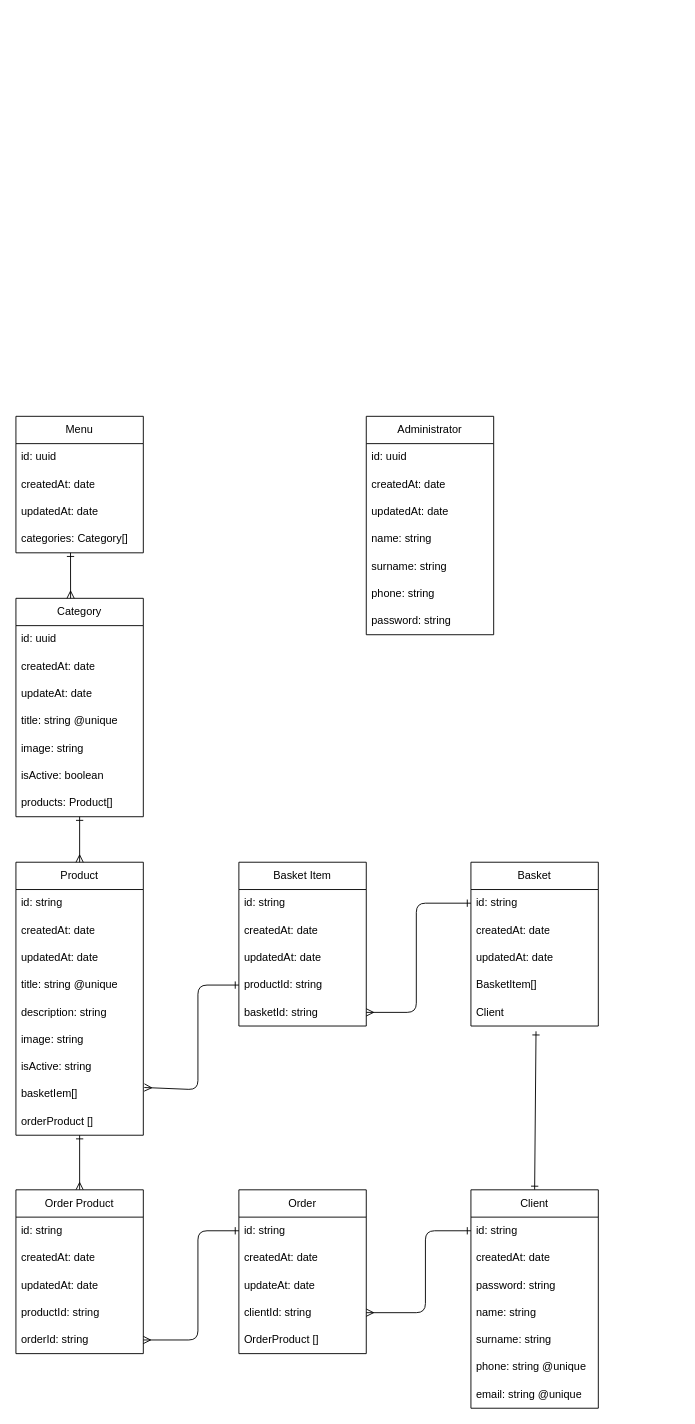
Earlier version of the draw.io diagram documentation/coffee-shop-models.drawio (murodjon001/Coffe-Shop). Source tidied: cells renumbered, new cells numbered last; positions are measured from the earlier drawing's top-left corner, leaving out a move shared by most shapes. Both pictures are drawn from the tidied source at 91%, with x=0, y=0 at pixel (15, 416).
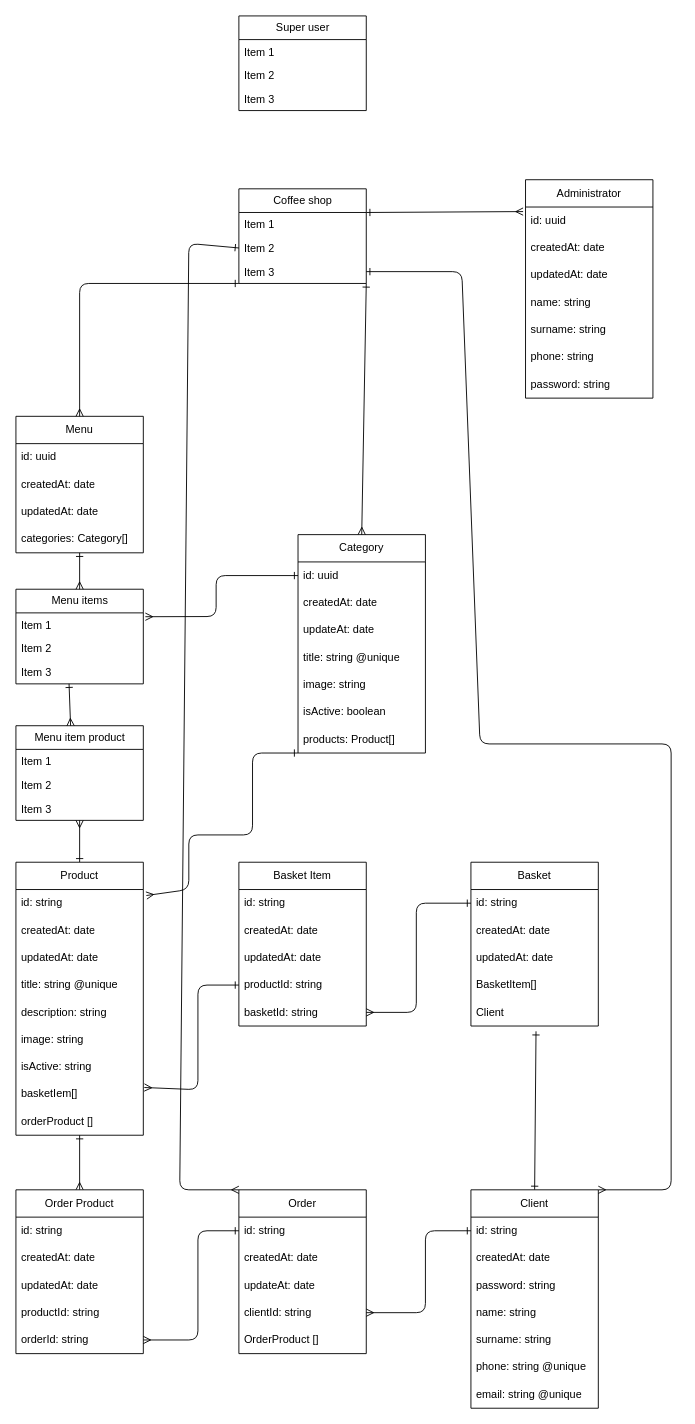
The same diagram, later.

The change refers to these unchanged cells:
```xml
<mxCell id="3" value="id: uuid" style="text;strokeColor=none;fillColor=none;align=left;verticalAlign=middle;spacingLeft=4;spacingRight=4;overflow=hidden;points=[[0,0.5],[1,0.5]];portConstraint=eastwest;whiteSpace=wrap;html=1;" parent="2" vertex="1">
  <mxGeometry y="30" width="140" height="30" as="geometry" />
</mxCell>
<mxCell id="10" value="Menu" style="swimlane;fontStyle=0;horizontal=1;startSize=30;whiteSpace=wrap;html=1;" parent="1" vertex="1">
  <mxGeometry width="140" height="150" as="geometry" />
</mxCell>
<mxCell id="15" value="Product" style="swimlane;fontStyle=0;horizontal=1;startSize=30;whiteSpace=wrap;html=1;" parent="1" vertex="1">
  <mxGeometry y="490" width="140" height="300" as="geometry" />
</mxCell>
<mxCell id="16" value="id: string" style="text;strokeColor=none;fillColor=none;align=left;verticalAlign=middle;spacingLeft=4;spacingRight=4;overflow=hidden;points=[[0,0.5],[1,0.5]];portConstraint=eastwest;whiteSpace=wrap;html=1;" parent="15" vertex="1">
  <mxGeometry y="30" width="140" height="30" as="geometry" />
</mxCell>
<mxCell id="26" value="id: uuid" style="text;strokeColor=none;fillColor=none;align=left;verticalAlign=middle;spacingLeft=4;spacingRight=4;overflow=hidden;points=[[0,0.5],[1,0.5]];portConstraint=eastwest;whiteSpace=wrap;html=1;" parent="25" vertex="1">
  <mxGeometry y="30" width="140" height="30" as="geometry" />
</mxCell>
<mxCell id="53" value="Client" style="swimlane;fontStyle=0;horizontal=1;startSize=30;whiteSpace=wrap;html=1;" parent="1" vertex="1">
  <mxGeometry x="500" y="850" width="140" height="240" as="geometry" />
</mxCell>
<mxCell id="61" value="Order" style="swimlane;fontStyle=0;horizontal=1;startSize=30;whiteSpace=wrap;html=1;" parent="1" vertex="1">
  <mxGeometry x="245" y="850" width="140" height="180" as="geometry" />
</mxCell>
```

Change to the diagram source:
```diff
@@
     <mxCell id="2" value="Administrator" style="swimlane;fontStyle=0;horizontal=1;startSize=30;whiteSpace=wrap;html=1;" parent="1" vertex="1">
-      <mxGeometry x="385" width="140" height="240" as="geometry" />
+      <mxGeometry x="560" y="-260" width="140" height="240" as="geometry" />
     </mxCell>
@@
+    <mxCell id="73" style="edgeStyle=none;html=1;exitX=0.5;exitY=1;exitDx=0;exitDy=0;entryX=0.5;entryY=0;entryDx=0;entryDy=0;startArrow=ERone;startFill=0;endArrow=ERmany;endFill=0;" parent="1" edge="1" source="10" target="88">
+      <mxGeometry relative="1" as="geometry" />
+    </mxCell>
@@
+    <mxCell id="74" style="edgeStyle=none;html=1;exitX=0.5;exitY=0;exitDx=0;exitDy=0;entryX=0.5;entryY=1;entryDx=0;entryDy=0;startArrow=ERone;startFill=0;endArrow=ERmany;endFill=0;" parent="1" edge="1" source="15" target="93">
+      <mxGeometry relative="1" as="geometry" />
+    </mxCell>
@@
+    <mxCell id="75" style="edgeStyle=none;html=1;exitX=0;exitY=1;exitDx=0;exitDy=0;entryX=1.024;entryY=0.219;entryDx=0;entryDy=0;entryPerimeter=0;startArrow=ERone;startFill=0;endArrow=ERmany;endFill=0;" parent="1" edge="1" source="25" target="16">
+      <mxGeometry relative="1" as="geometry">
+        <Array as="points">
+          <mxPoint x="260" y="370" />
+          <mxPoint x="260" y="460" />
+          <mxPoint x="190" y="460" />
+          <mxPoint x="190" y="520" />
+        </Array>
+      </mxGeometry>
+    </mxCell>
     <mxCell id="25" value="Category" style="swimlane;fontStyle=0;horizontal=1;startSize=30;whiteSpace=wrap;html=1;" parent="1" vertex="1">
-      <mxGeometry y="200" width="140" height="240" as="geometry" />
+      <mxGeometry x="310" y="130" width="140" height="240" as="geometry" />
     </mxCell>
@@
-    <mxCell id="67" style="endArrow=ERone;html=1;startArrow=ERmany;startFill=0;exitX=0.429;exitY=0;exitDx=0;exitDy=0;exitPerimeter=0;endFill=0;" parent="1" edge="1" source="25">
-      <mxGeometry relative="1" as="geometry">
-        <mxPoint x="60" y="150" as="targetPoint" />
-      </mxGeometry>
-    </mxCell>
-    <mxCell id="68" style="endArrow=ERone;html=1;startArrow=ERmany;startFill=0;exitX=0.5;exitY=0;exitDx=0;exitDy=0;endFill=0;" parent="1" edge="1" source="15">
-      <mxGeometry relative="1" as="geometry">
-        <mxPoint x="70" y="440" as="targetPoint" />
-      </mxGeometry>
-    </mxCell>
@@
+    <mxCell id="76" style="edgeStyle=none;html=1;exitX=1;exitY=0.25;exitDx=0;exitDy=0;entryX=-0.019;entryY=0.167;entryDx=0;entryDy=0;entryPerimeter=0;endArrow=ERmany;endFill=0;startArrow=ERone;startFill=0;" parent="1" edge="1" source="79" target="3">
+      <mxGeometry relative="1" as="geometry" />
+    </mxCell>
+    <mxCell id="77" style="edgeStyle=none;html=1;exitX=0;exitY=1;exitDx=0;exitDy=0;entryX=0.5;entryY=0;entryDx=0;entryDy=0;startArrow=ERone;startFill=0;endArrow=ERmany;endFill=0;" parent="1" edge="1" source="79" target="10">
+      <mxGeometry relative="1" as="geometry">
+        <Array as="points">
+          <mxPoint x="70" y="-146" />
+        </Array>
+      </mxGeometry>
+    </mxCell>
+    <mxCell id="78" style="edgeStyle=none;html=1;exitX=1;exitY=1;exitDx=0;exitDy=0;startArrow=ERone;startFill=0;endArrow=ERmany;endFill=0;entryX=0.5;entryY=0;entryDx=0;entryDy=0;" parent="1" edge="1" source="79" target="25">
+      <mxGeometry relative="1" as="geometry" />
+    </mxCell>
+    <mxCell id="79" value="Coffee shop" style="swimlane;fontStyle=0;horizontal=1;startSize=26;fillColor=none;html=1;" parent="1" vertex="1">
+      <mxGeometry x="245" y="-250" width="140" height="104" as="geometry" />
+    </mxCell>
+    <mxCell id="80" value="Item 1" style="text;strokeColor=none;fillColor=none;align=left;verticalAlign=top;spacingLeft=4;spacingRight=4;overflow=hidden;whiteSpace=wrap;html=1;" parent="79" vertex="1">
+      <mxGeometry y="26" width="140" height="26" as="geometry" />
+    </mxCell>
+    <mxCell id="81" value="Item 2" style="text;strokeColor=none;fillColor=none;align=left;verticalAlign=top;spacingLeft=4;spacingRight=4;overflow=hidden;points=[[0,0.5],[1,0.5]];portConstraint=eastwest;whiteSpace=wrap;html=1;" parent="79" vertex="1">
+      <mxGeometry y="52" width="140" height="26" as="geometry" />
+    </mxCell>
+    <mxCell id="82" value="Item 3" style="text;strokeColor=none;fillColor=none;align=left;verticalAlign=top;spacingLeft=4;spacingRight=4;overflow=hidden;points=[[0,0.5],[1,0.5]];portConstraint=eastwest;whiteSpace=wrap;html=1;" parent="79" vertex="1">
+      <mxGeometry y="78" width="140" height="26" as="geometry" />
+    </mxCell>
+    <mxCell id="83" value="Super user" style="swimlane;fontStyle=0;horizontal=1;startSize=26;fillColor=none;html=1;" parent="1" vertex="1">
+      <mxGeometry x="245" y="-440" width="140" height="104" as="geometry" />
+    </mxCell>
+    <mxCell id="84" value="Item 1" style="text;strokeColor=none;fillColor=none;align=left;verticalAlign=top;spacingLeft=4;spacingRight=4;overflow=hidden;whiteSpace=wrap;html=1;" parent="83" vertex="1">
+      <mxGeometry y="26" width="140" height="26" as="geometry" />
+    </mxCell>
+    <mxCell id="85" value="Item 2" style="text;strokeColor=none;fillColor=none;align=left;verticalAlign=top;spacingLeft=4;spacingRight=4;overflow=hidden;whiteSpace=wrap;html=1;" parent="83" vertex="1">
+      <mxGeometry y="52" width="140" height="26" as="geometry" />
+    </mxCell>
+    <mxCell id="86" value="Item 3" style="text;strokeColor=none;fillColor=none;align=left;verticalAlign=top;spacingLeft=4;spacingRight=4;overflow=hidden;whiteSpace=wrap;html=1;" parent="83" vertex="1">
+      <mxGeometry y="78" width="140" height="26" as="geometry" />
+    </mxCell>
+    <mxCell id="87" style="edgeStyle=none;html=1;exitX=0.417;exitY=0.998;exitDx=0;exitDy=0;entryX=0.429;entryY=0;entryDx=0;entryDy=0;entryPerimeter=0;startArrow=ERone;startFill=0;endArrow=ERmany;endFill=0;exitPerimeter=0;" parent="1" edge="1" source="91" target="93">
+      <mxGeometry relative="1" as="geometry" />
+    </mxCell>
+    <mxCell id="88" value="Menu items" style="swimlane;fontStyle=0;horizontal=1;startSize=26;fillColor=none;html=1;" parent="1" vertex="1">
+      <mxGeometry y="190" width="140" height="104" as="geometry" />
+    </mxCell>
+    <mxCell id="89" value="Item 1" style="text;strokeColor=none;fillColor=none;align=left;verticalAlign=top;spacingLeft=4;spacingRight=4;overflow=hidden;points=[[0,0.5],[1,0.5]];portConstraint=eastwest;whiteSpace=wrap;html=1;" parent="88" vertex="1">
+      <mxGeometry y="26" width="140" height="26" as="geometry" />
+    </mxCell>
+    <mxCell id="90" value="Item 2" style="text;strokeColor=none;fillColor=none;align=left;verticalAlign=top;spacingLeft=4;spacingRight=4;overflow=hidden;whiteSpace=wrap;html=1;" parent="88" vertex="1">
+      <mxGeometry y="52" width="140" height="26" as="geometry" />
+    </mxCell>
+    <mxCell id="91" value="Item 3" style="text;strokeColor=none;fillColor=none;align=left;verticalAlign=top;spacingLeft=4;spacingRight=4;overflow=hidden;points=[[0,0.5],[1,0.5]];portConstraint=eastwest;whiteSpace=wrap;html=1;" parent="88" vertex="1">
+      <mxGeometry y="78" width="140" height="26" as="geometry" />
+    </mxCell>
+    <mxCell id="92" style="edgeStyle=none;html=1;exitX=0;exitY=0.5;exitDx=0;exitDy=0;entryX=1.016;entryY=0.162;entryDx=0;entryDy=0;entryPerimeter=0;startArrow=ERone;startFill=0;endArrow=ERmany;endFill=0;" parent="1" edge="1" source="26" target="89">
+      <mxGeometry relative="1" as="geometry">
+        <Array as="points">
+          <mxPoint x="220" y="175" />
+          <mxPoint x="220" y="220" />
+        </Array>
+      </mxGeometry>
+    </mxCell>
+    <mxCell id="93" value="Menu item product" style="swimlane;fontStyle=0;horizontal=1;startSize=26;fillColor=none;html=1;" parent="1" vertex="1">
+      <mxGeometry y="340" width="140" height="104" as="geometry" />
+    </mxCell>
+    <mxCell id="94" value="Item 1" style="text;strokeColor=none;fillColor=none;align=left;verticalAlign=top;spacingLeft=4;spacingRight=4;overflow=hidden;whiteSpace=wrap;html=1;" parent="93" vertex="1">
+      <mxGeometry y="26" width="140" height="26" as="geometry" />
+    </mxCell>
+    <mxCell id="95" value="Item 2" style="text;strokeColor=none;fillColor=none;align=left;verticalAlign=top;spacingLeft=4;spacingRight=4;overflow=hidden;whiteSpace=wrap;html=1;" parent="93" vertex="1">
+      <mxGeometry y="52" width="140" height="26" as="geometry" />
+    </mxCell>
+    <mxCell id="96" value="Item 3" style="text;strokeColor=none;fillColor=none;align=left;verticalAlign=top;spacingLeft=4;spacingRight=4;overflow=hidden;whiteSpace=wrap;html=1;" parent="93" vertex="1">
+      <mxGeometry y="78" width="140" height="26" as="geometry" />
+    </mxCell>
+    <mxCell id="97" style="edgeStyle=none;html=1;exitX=1;exitY=0.5;exitDx=0;exitDy=0;startArrow=ERone;startFill=0;endArrow=ERmany;endFill=0;entryX=1;entryY=0;entryDx=0;entryDy=0;" parent="1" edge="1" source="82" target="53">
+      <mxGeometry relative="1" as="geometry">
+        <Array as="points">
+          <mxPoint x="490" y="-159" />
+          <mxPoint x="510" y="360" />
+          <mxPoint x="720" y="360" />
+          <mxPoint x="720" y="850" />
+        </Array>
+      </mxGeometry>
+    </mxCell>
+    <mxCell id="98" style="edgeStyle=none;html=1;exitX=0;exitY=0.5;exitDx=0;exitDy=0;startArrow=ERone;startFill=0;endArrow=ERmany;endFill=0;entryX=0;entryY=0;entryDx=0;entryDy=0;" parent="1" edge="1" source="81" target="61">
+      <mxGeometry relative="1" as="geometry">
+        <Array as="points">
+          <mxPoint x="190" y="-190" />
+          <mxPoint x="180" y="850" />
+        </Array>
+      </mxGeometry>
+    </mxCell>
```
